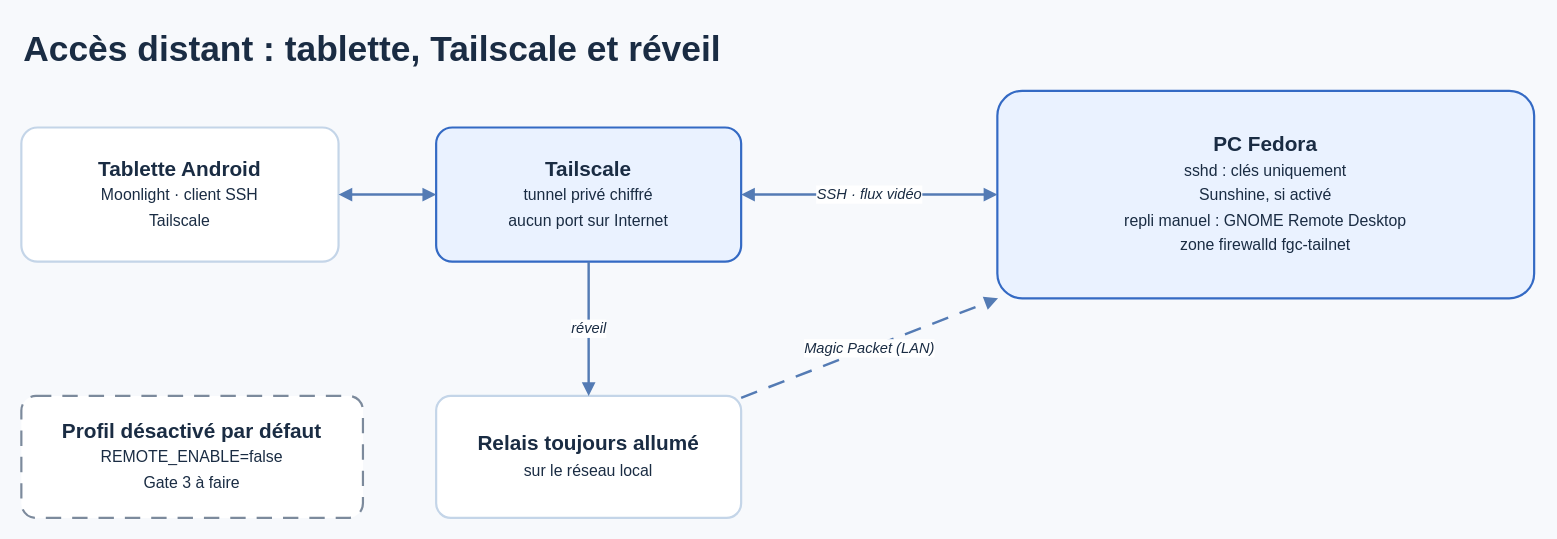
mathiasseguincadiche/FEDORA_GNOME_CUSTOM keeps this draw.io diagram as docs/assets/diagrams/acces-distant.drawio. Above is the earlier version. Source tidied: cells renumbered, new cells numbered last; positions are measured from the earlier drawing's top-left corner, leaving out a move shared by most shapes. Both pictures are drawn from the tidied source at 122%, with x=0, y=0 at pixel (21, 21).
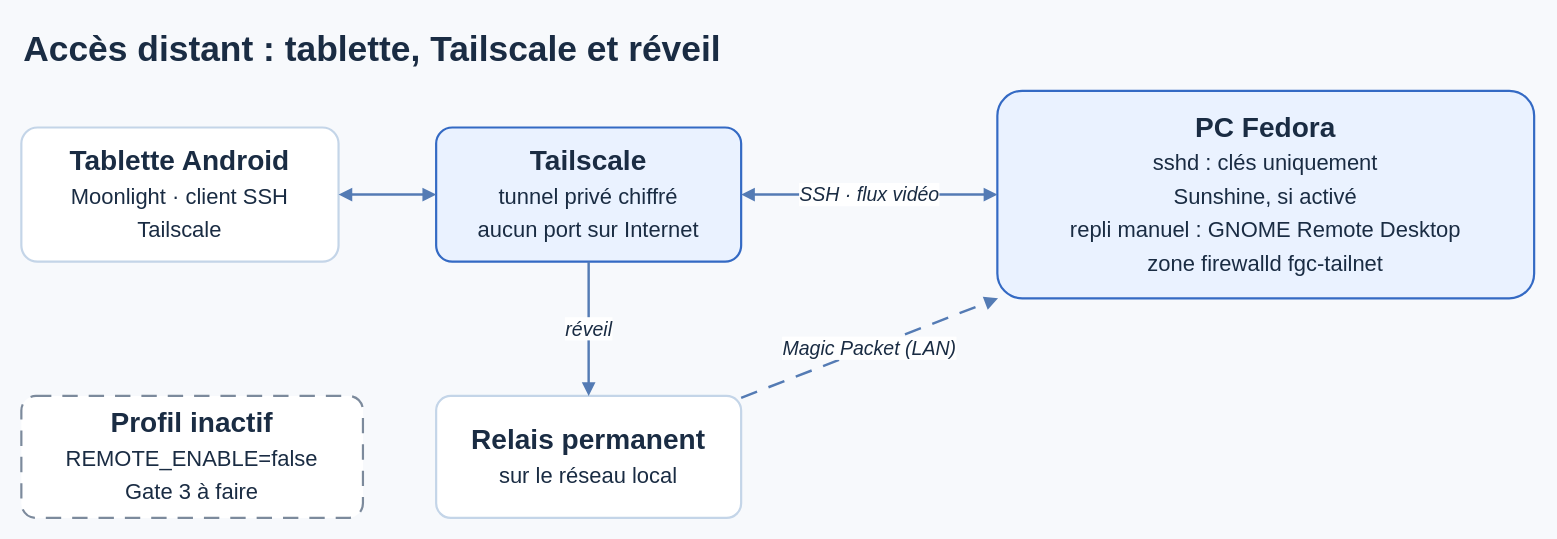
The same page after the edit.

What changed in the source:
```diff
@@
 <mxGraphModel background="#F7F9FC">
   <root>
     <mxCell id="0" />
     <mxCell id="1" parent="0" />
     <mxCell id="2" value="Accès distant : tablette, Tailscale et réveil" style="text;html=1;fontSize=29;fontStyle=1;fontColor=#1A2C43;fontFamily=Arial;align=left;verticalAlign=middle;" parent="1" vertex="1">
       <mxGeometry width="1240" height="46" as="geometry" />
     </mxCell>
-    <mxCell id="3" value="&lt;b&gt;Tablette Android&lt;/b&gt;&lt;br&gt;&lt;span style=&quot;font-size:13px&quot;&gt;Moonlight · client SSH&lt;/span&gt;&lt;br&gt;&lt;span style=&quot;font-size:13px&quot;&gt;Tailscale&lt;/span&gt;" style="rounded=1;arcSize=12;whiteSpace=wrap;html=1;fillColor=#FFFFFF;strokeColor=#C4D5E8;strokeWidth=1.8;fontColor=#1A2C43;fontSize=17;fontFamily=Arial;" parent="1" vertex="1">
+    <mxCell id="3" value="&lt;b&gt;Tablette Android&lt;/b&gt;&lt;br&gt;&lt;span style=&quot;font-size:18px&quot;&gt;Moonlight · client SSH&lt;/span&gt;&lt;br&gt;&lt;span style=&quot;font-size:18px&quot;&gt;Tailscale&lt;/span&gt;" style="rounded=1;arcSize=12;whiteSpace=wrap;html=1;fillColor=#FFFFFF;strokeColor=#C4D5E8;strokeWidth=1.8;fontColor=#1A2C43;fontSize=23;fontFamily=Arial;" parent="1" vertex="1">
       <mxGeometry y="87" width="260" height="110" as="geometry" />
     </mxCell>
-    <mxCell id="4" value="&lt;b&gt;Tailscale&lt;/b&gt;&lt;br&gt;&lt;span style=&quot;font-size:13px&quot;&gt;tunnel privé chiffré&lt;/span&gt;&lt;br&gt;&lt;span style=&quot;font-size:13px&quot;&gt;aucun port sur Internet&lt;/span&gt;" style="rounded=1;arcSize=12;whiteSpace=wrap;html=1;fillColor=#EAF2FF;strokeColor=#346AC4;strokeWidth=1.8;fontColor=#1A2C43;fontSize=17;fontFamily=Arial;" parent="1" vertex="1">
+    <mxCell id="4" value="&lt;b&gt;Tailscale&lt;/b&gt;&lt;br&gt;&lt;span style=&quot;font-size:18px&quot;&gt;tunnel privé chiffré&lt;/span&gt;&lt;br&gt;&lt;span style=&quot;font-size:18px&quot;&gt;aucun port sur Internet&lt;/span&gt;" style="rounded=1;arcSize=12;whiteSpace=wrap;html=1;fillColor=#EAF2FF;strokeColor=#346AC4;strokeWidth=1.8;fontColor=#1A2C43;fontSize=23;fontFamily=Arial;" parent="1" vertex="1">
       <mxGeometry x="340" y="87" width="250" height="110" as="geometry" />
     </mxCell>
-    <mxCell id="5" value="&lt;b&gt;PC Fedora&lt;/b&gt;&lt;br&gt;&lt;span style=&quot;font-size:13px&quot;&gt;sshd : clés uniquement&lt;/span&gt;&lt;br&gt;&lt;span style=&quot;font-size:13px&quot;&gt;Sunshine, si activé&lt;/span&gt;&lt;br&gt;&lt;span style=&quot;font-size:13px&quot;&gt;repli manuel : GNOME Remote Desktop&lt;/span&gt;&lt;br&gt;&lt;span style=&quot;font-size:13px&quot;&gt;zone firewalld fgc-tailnet&lt;/span&gt;" style="rounded=1;arcSize=12;whiteSpace=wrap;html=1;fillColor=#EAF2FF;strokeColor=#346AC4;strokeWidth=1.8;fontColor=#1A2C43;fontSize=17;fontFamily=Arial;" parent="1" vertex="1">
+    <mxCell id="5" value="&lt;b&gt;PC Fedora&lt;/b&gt;&lt;br&gt;&lt;span style=&quot;font-size:18px&quot;&gt;sshd : clés uniquement&lt;/span&gt;&lt;br&gt;&lt;span style=&quot;font-size:18px&quot;&gt;Sunshine, si activé&lt;/span&gt;&lt;br&gt;&lt;span style=&quot;font-size:18px&quot;&gt;repli manuel : GNOME Remote Desktop&lt;/span&gt;&lt;br&gt;&lt;span style=&quot;font-size:18px&quot;&gt;zone firewalld fgc-tailnet&lt;/span&gt;" style="rounded=1;arcSize=12;whiteSpace=wrap;html=1;fillColor=#EAF2FF;strokeColor=#346AC4;strokeWidth=1.8;fontColor=#1A2C43;fontSize=23;fontFamily=Arial;" parent="1" vertex="1">
       <mxGeometry x="800" y="57" width="440" height="170" as="geometry" />
     </mxCell>
-    <mxCell id="6" value="&lt;b&gt;Relais toujours allumé&lt;/b&gt;&lt;br&gt;&lt;span style=&quot;font-size:13px&quot;&gt;sur le réseau local&lt;/span&gt;" style="rounded=1;arcSize=12;whiteSpace=wrap;html=1;fillColor=#FFFFFF;strokeColor=#C4D5E8;strokeWidth=1.8;fontColor=#1A2C43;fontSize=17;fontFamily=Arial;" parent="1" vertex="1">
+    <mxCell id="6" value="&lt;b&gt;Relais permanent&lt;/b&gt;&lt;br&gt;&lt;span style=&quot;font-size:18px&quot;&gt;sur le réseau local&lt;/span&gt;" style="rounded=1;arcSize=12;whiteSpace=wrap;html=1;fillColor=#FFFFFF;strokeColor=#C4D5E8;strokeWidth=1.8;fontColor=#1A2C43;fontSize=23;fontFamily=Arial;" parent="1" vertex="1">
       <mxGeometry x="340" y="307" width="250" height="100" as="geometry" />
     </mxCell>
-    <mxCell id="7" value="&lt;b&gt;Profil désactivé par défaut&lt;/b&gt;&lt;br&gt;&lt;span style=&quot;font-size:13px&quot;&gt;REMOTE_ENABLE=false&lt;/span&gt;&lt;br&gt;&lt;span style=&quot;font-size:13px&quot;&gt;Gate 3 à faire&lt;/span&gt;" style="rounded=1;arcSize=12;whiteSpace=wrap;html=1;fillColor=#FFFFFF;strokeColor=#7C8A9C;strokeWidth=1.8;fontColor=#1A2C43;fontSize=17;fontFamily=Arial;dashed=1;dashPattern=7 5;" parent="1" vertex="1">
+    <mxCell id="7" value="&lt;b&gt;Profil inactif&lt;/b&gt;&lt;br&gt;&lt;span style=&quot;font-size:18px&quot;&gt;REMOTE_ENABLE=false&lt;/span&gt;&lt;br&gt;&lt;span style=&quot;font-size:18px&quot;&gt;Gate 3 à faire&lt;/span&gt;" style="rounded=1;arcSize=12;whiteSpace=wrap;html=1;fillColor=#FFFFFF;strokeColor=#7C8A9C;strokeWidth=1.8;fontColor=#1A2C43;fontSize=23;fontFamily=Arial;dashed=1;dashPattern=7 5;" parent="1" vertex="1">
       <mxGeometry y="307" width="280" height="100" as="geometry" />
     </mxCell>
-    <mxCell id="8" style="endArrow=block;endFill=1;html=1;strokeColor=#547BB4;strokeWidth=2;fontColor=#1A2C43;fontSize=12;fontStyle=2;fontFamily=Arial;labelBackgroundColor=#FFFFFF;startArrow=block;startFill=1;exitX=1.0000;exitY=0.5000;exitDx=0;exitDy=0;entryX=0.0000;entryY=0.5000;entryDx=0;entryDy=0;" parent="1" edge="1" source="3" target="4">
+    <mxCell id="8" style="endArrow=block;endFill=1;html=1;strokeColor=#547BB4;strokeWidth=2;fontColor=#1A2C43;fontSize=16;fontStyle=2;fontFamily=Arial;labelBackgroundColor=#FFFFFF;startArrow=block;startFill=1;exitX=1.0000;exitY=0.5000;exitDx=0;exitDy=0;entryX=0.0000;entryY=0.5000;entryDx=0;entryDy=0;" parent="1" edge="1" source="3" target="4">
       <mxGeometry relative="1" as="geometry" />
     </mxCell>
-    <mxCell id="9" value="SSH · flux vidéo" style="endArrow=block;endFill=1;html=1;strokeColor=#547BB4;strokeWidth=2;fontColor=#1A2C43;fontSize=12;fontStyle=2;fontFamily=Arial;labelBackgroundColor=#FFFFFF;startArrow=block;startFill=1;exitX=1.0000;exitY=0.5000;exitDx=0;exitDy=0;entryX=0.0000;entryY=0.5000;entryDx=0;entryDy=0;" parent="1" edge="1" source="4" target="5">
+    <mxCell id="9" value="SSH · flux vidéo" style="endArrow=block;endFill=1;html=1;strokeColor=#547BB4;strokeWidth=2;fontColor=#1A2C43;fontSize=16;fontStyle=2;fontFamily=Arial;labelBackgroundColor=#FFFFFF;startArrow=block;startFill=1;exitX=1.0000;exitY=0.5000;exitDx=0;exitDy=0;entryX=0.0000;entryY=0.5000;entryDx=0;entryDy=0;" parent="1" edge="1" source="4" target="5">
       <mxGeometry relative="1" as="geometry" />
     </mxCell>
-    <mxCell id="10" value="réveil" style="endArrow=block;endFill=1;html=1;strokeColor=#547BB4;strokeWidth=2;fontColor=#1A2C43;fontSize=12;fontStyle=2;fontFamily=Arial;labelBackgroundColor=#FFFFFF;exitX=0.5000;exitY=1.0000;exitDx=0;exitDy=0;entryX=0.5000;entryY=0.0000;entryDx=0;entryDy=0;" parent="1" edge="1" source="4" target="6">
+    <mxCell id="10" value="réveil" style="endArrow=block;endFill=1;html=1;strokeColor=#547BB4;strokeWidth=2;fontColor=#1A2C43;fontSize=16;fontStyle=2;fontFamily=Arial;labelBackgroundColor=#FFFFFF;exitX=0.5000;exitY=1.0000;exitDx=0;exitDy=0;entryX=0.5000;entryY=0.0000;entryDx=0;entryDy=0;" parent="1" edge="1" source="4" target="6">
       <mxGeometry relative="1" as="geometry" />
     </mxCell>
-    <mxCell id="11" value="Magic Packet (LAN)" style="endArrow=block;endFill=1;html=1;strokeColor=#547BB4;strokeWidth=2;fontColor=#1A2C43;fontSize=12;fontStyle=2;fontFamily=Arial;labelBackgroundColor=#FFFFFF;dashed=1;dashPattern=7 5;exitX=1.0000;exitY=0.0158;exitDx=0;exitDy=0;entryX=0.0013;entryY=1.0000;entryDx=0;entryDy=0;" parent="1" edge="1" source="6" target="5">
+    <mxCell id="11" value="Magic Packet (LAN)" style="endArrow=block;endFill=1;html=1;strokeColor=#547BB4;strokeWidth=2;fontColor=#1A2C43;fontSize=16;fontStyle=2;fontFamily=Arial;labelBackgroundColor=#FFFFFF;dashed=1;dashPattern=7 5;exitX=1.0000;exitY=0.0158;exitDx=0;exitDy=0;entryX=0.0013;entryY=1.0000;entryDx=0;entryDy=0;" parent="1" edge="1" source="6" target="5">
       <mxGeometry relative="1" as="geometry" />
     </mxCell>
   </root>
 </mxGraphModel>
```
